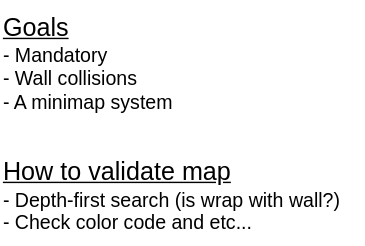
The draw.io diagram cub.drawio.svg in jizots/cub3d, before a commit. Source tidied: cells renumbered, new cells last; positions are measured from the earlier drawing's top-left corner, leaving out a move shared by most shapes.
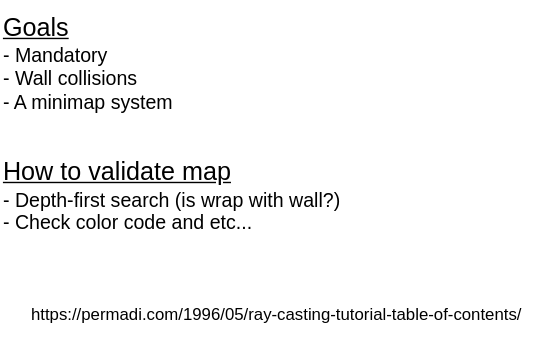
After the commit.

The edit, as a diff of the source:
```diff
@@ -8,5 +8,8 @@
     <mxCell id="3" value="&lt;font style=&quot;font-size: 18px;&quot;&gt;&lt;u&gt;How to validate map&lt;/u&gt;&lt;/font&gt;&lt;br&gt;&lt;font style=&quot;font-size: 14px;&quot;&gt;- Depth-first search (is wrap with wall?)&lt;/font&gt;&lt;font style=&quot;&quot;&gt;&lt;br&gt;&lt;span style=&quot;font-size: 14px;&quot;&gt;- Check color code and etc...&lt;/span&gt;&lt;/font&gt;" style="text;html=1;align=left;verticalAlign=middle;strokeColor=none;fillColor=none;" parent="1" vertex="1">
       <mxGeometry y="105" width="260" height="70" as="geometry" />
     </mxCell>
+    <mxCell id="4" value="https://permadi.com/1996/05/ray-casting-tutorial-table-of-contents/" style="text;html=1;align=left;verticalAlign=middle;strokeColor=none;fillColor=none;" parent="1" vertex="1">
+      <mxGeometry x="20" y="210" width="370" height="30" as="geometry" />
+    </mxCell>
   </root>
 </mxGraphModel>
```
